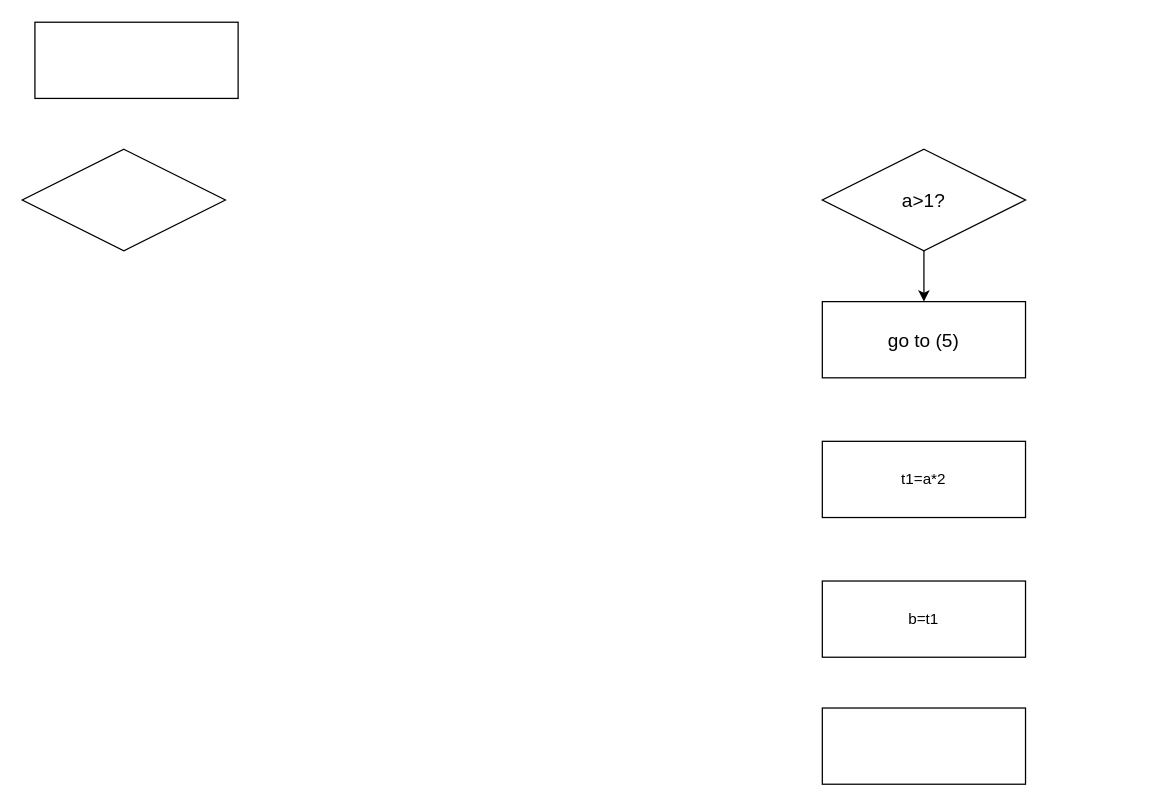
This is 未命名绘图.drawio from mistingrain/draw.io, a draw.io file, before an edit. Source tidied: cells renumbered, new cells numbered last; positions are measured from the earlier drawing's top-left corner, leaving out a move shared by most shapes. Both pictures are drawn from the tidied source at 127%, with x=0, y=0 at pixel (22, 22).
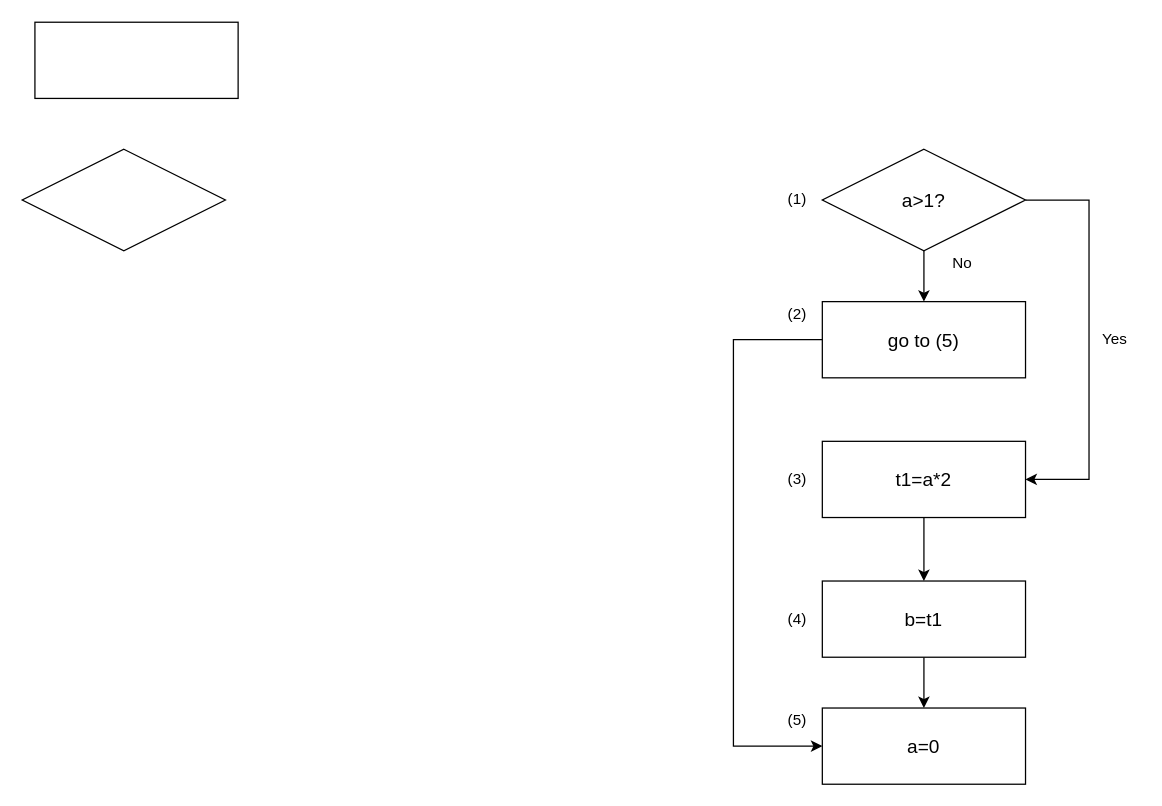
The same diagram, later.

Commit message:
更新未命名绘图.drawio

The change refers to these unchanged cells:
```xml
<mxCell id="2" value="&lt;font style=&quot;font-size: 15px&quot;&gt;go to (5)&lt;/font&gt;" style="rounded=0;whiteSpace=wrap;html=1;" parent="1" vertex="1">
  <mxGeometry x="630" y="220" width="160" height="60" as="geometry" />
</mxCell>
<mxCell id="4" value="&lt;font style=&quot;font-size: 15px&quot;&gt;a&amp;gt;1?&lt;/font&gt;" style="rhombus;whiteSpace=wrap;html=1;" parent="1" vertex="1">
  <mxGeometry x="630" y="100" width="160" height="80" as="geometry" />
</mxCell>
```

Change to the diagram source:
```diff
@@
+    <mxCell id="10" style="edgeStyle=orthogonalEdgeStyle;rounded=0;jettySize=auto;html=1;entryX=0;entryY=0.5;entryDx=0;entryDy=0;" parent="1" edge="1" source="2" target="7">
+      <mxGeometry relative="1" as="geometry">
+        <Array as="points">
+          <mxPoint x="560" y="250" />
+          <mxPoint x="560" y="570" />
+        </Array>
+      </mxGeometry>
+    </mxCell>
@@
+    <mxCell id="11" style="edgeStyle=orthogonalEdgeStyle;rounded=0;jettySize=auto;html=1;entryX=1;entryY=0.5;entryDx=0;entryDy=0;" parent="1" edge="1" source="4" target="6">
+      <mxGeometry relative="1" as="geometry">
+        <Array as="points">
+          <mxPoint x="840" y="140" />
+          <mxPoint x="840" y="360" />
+        </Array>
+      </mxGeometry>
+    </mxCell>
@@
+    <mxCell id="12" style="edgeStyle=orthogonalEdgeStyle;rounded=0;jettySize=auto;html=1;" parent="1" edge="1" source="5" target="7">
+      <mxGeometry relative="1" as="geometry" />
+    </mxCell>
-    <mxCell id="5" value="b=t1" style="rounded=0;whiteSpace=wrap;html=1;" parent="1" vertex="1">
+    <mxCell id="5" value="&lt;font style=&quot;font-size: 15px&quot;&gt;b=t1&lt;/font&gt;" style="rounded=0;whiteSpace=wrap;html=1;" parent="1" vertex="1">
       <mxGeometry x="630" y="440" width="160" height="60" as="geometry" />
     </mxCell>
+    <mxCell id="13" style="edgeStyle=orthogonalEdgeStyle;rounded=0;jettySize=auto;html=1;entryX=0.5;entryY=0;entryDx=0;entryDy=0;" parent="1" edge="1" source="6" target="5">
+      <mxGeometry relative="1" as="geometry" />
+    </mxCell>
-    <mxCell id="6" value="t1=a*2" style="rounded=0;whiteSpace=wrap;html=1;" parent="1" vertex="1">
+    <mxCell id="6" value="&lt;font style=&quot;font-size: 15px&quot;&gt;t1=a*2&lt;/font&gt;" style="rounded=0;whiteSpace=wrap;html=1;" parent="1" vertex="1">
       <mxGeometry x="630" y="330" width="160" height="60" as="geometry" />
     </mxCell>
-    <mxCell id="7" style="rounded=0;whiteSpace=wrap;html=1;" parent="1" vertex="1">
+    <mxCell id="7" value="&lt;font style=&quot;font-size: 15px&quot;&gt;a=0&lt;/font&gt;" style="rounded=0;whiteSpace=wrap;html=1;" parent="1" vertex="1">
       <mxGeometry x="630" y="540" width="160" height="60" as="geometry" />
     </mxCell>
@@
+    <mxCell id="14" value="No" style="text;html=1;align=center;verticalAlign=middle;" parent="1" vertex="1">
+      <mxGeometry x="725" y="180" width="30" height="20" as="geometry" />
+    </mxCell>
+    <mxCell id="15" value="Yes" style="text;html=1;align=center;verticalAlign=middle;" parent="1" vertex="1">
+      <mxGeometry x="840" y="240" width="40" height="20" as="geometry" />
+    </mxCell>
+    <mxCell id="16" value="(1)" style="text;html=1;align=center;verticalAlign=middle;" parent="1" vertex="1">
+      <mxGeometry x="595" y="130" width="30" height="20" as="geometry" />
+    </mxCell>
+    <mxCell id="17" value="(2)" style="text;html=1;align=center;verticalAlign=middle;" parent="1" vertex="1">
+      <mxGeometry x="595" y="220" width="30" height="20" as="geometry" />
+    </mxCell>
+    <mxCell id="18" value="(4)" style="text;html=1;align=center;verticalAlign=middle;" parent="1" vertex="1">
+      <mxGeometry x="595" y="460" width="30" height="20" as="geometry" />
+    </mxCell>
+    <mxCell id="19" value="(3)" style="text;html=1;align=center;verticalAlign=middle;" parent="1" vertex="1">
+      <mxGeometry x="595" y="350" width="30" height="20" as="geometry" />
+    </mxCell>
+    <mxCell id="20" value="(5)" style="text;html=1;align=center;verticalAlign=middle;" parent="1" vertex="1">
+      <mxGeometry x="595" y="540" width="30" height="20" as="geometry" />
+    </mxCell>
```
